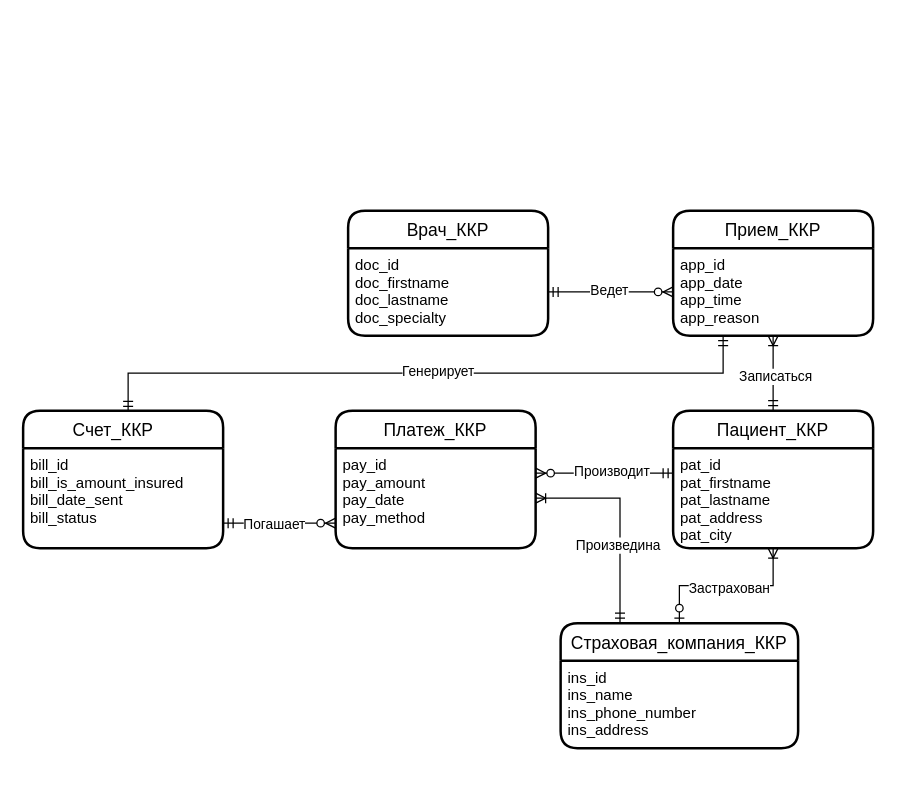
Earlier version of the draw.io diagram BD/lab1/bd.drawio (karim3487/Study6sem). Source tidied: cells renumbered, new cells numbered last; positions are measured from the earlier drawing's top-left corner, leaving out a move shared by most shapes. Both pictures are drawn from the tidied source at 125%, with x=0, y=0 at pixel (22, 210).
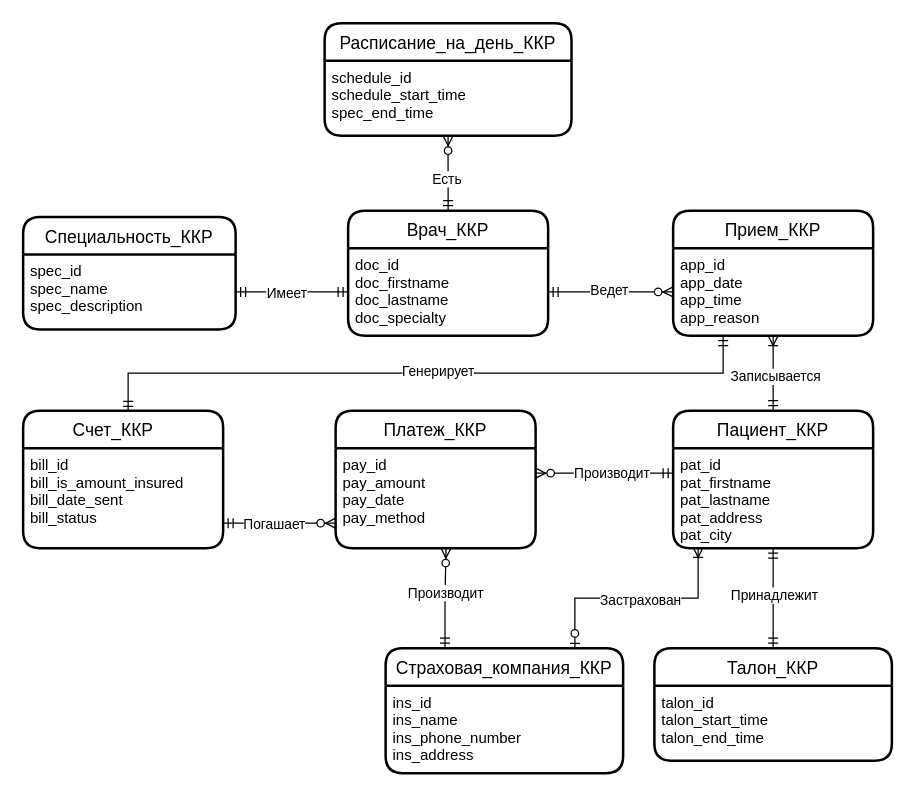
The same page after the edit.

Unchanged cells that the change refers to:
```xml
<mxCell id="2" value="Врач_ККР" style="swimlane;horizontal=1;startSize=30;rounded=1;fontSize=14;fontStyle=0;strokeWidth=2;shadow=0;dashed=0;align=center;" parent="1" vertex="1">
  <mxGeometry x="260" width="160" height="100" as="geometry" />
</mxCell>
<mxCell id="3" value="doc_id&#10;doc_firstname&#10;doc_lastname&#10;doc_specialty&#10;" style="align=left;strokeColor=none;fillColor=none;spacingLeft=4;fontSize=12;verticalAlign=top;" parent="2" vertex="1">
  <mxGeometry y="30" width="160" height="70" as="geometry" />
</mxCell>
<mxCell id="7" value="pay_id&#10;pay_amount&#10;pay_date&#10;pay_method" style="align=left;strokeColor=none;fillColor=none;spacingLeft=4;fontSize=12;verticalAlign=top;" parent="6" vertex="1">
  <mxGeometry y="30" width="160" height="80" as="geometry" />
</mxCell>
<mxCell id="8" value="Пациент_ККР" style="swimlane;horizontal=1;startSize=30;rounded=1;fontSize=14;fontStyle=0;strokeWidth=2;shadow=0;dashed=0;align=center;" parent="1" vertex="1">
  <mxGeometry x="520" y="160" width="160" height="110" as="geometry" />
</mxCell>
<mxCell id="9" value="pat_id&#10;pat_firstname&#10;pat_lastname&#10;pat_address&#10;pat_city" style="align=left;strokeColor=none;fillColor=none;spacingLeft=4;fontSize=12;verticalAlign=top;" parent="8" vertex="1">
  <mxGeometry y="30" width="160" height="80" as="geometry" />
</mxCell>
<mxCell id="14" style="fontSize=12;html=1;endArrow=ERoneToMany;startArrow=ERmandOne;rounded=0;exitX=0.5;exitY=0;exitDx=0;exitDy=0;entryX=0.5;entryY=1;entryDx=0;entryDy=0;edgeStyle=orthogonalEdgeStyle;" parent="1" edge="1" source="8" target="5">
  <mxGeometry relative="1" as="geometry" />
</mxCell>
```

What changed in the source:
```diff
@@
     <mxCell id="10" value="Страховая_компания_ККР" style="swimlane;horizontal=1;startSize=30;rounded=1;fontSize=14;fontStyle=0;strokeWidth=2;shadow=0;dashed=0;align=center;" parent="1" vertex="1">
-      <mxGeometry x="430" y="330" width="190" height="100" as="geometry" />
+      <mxGeometry x="290" y="350" width="190" height="100" as="geometry" />
     </mxCell>
@@
-    <mxCell id="15" value="Записаться" style="edgeLabel;html=1;align=center;verticalAlign=middle;" parent="14" vertex="1">
+    <mxCell id="15" value="Записывается" style="edgeLabel;html=1;align=center;verticalAlign=middle;" parent="14" vertex="1">
       <mxGeometry x="-0.07" y="-1" relative="1" as="geometry" />
     </mxCell>
-    <mxCell id="16" style="edgeStyle=orthogonalEdgeStyle;fontSize=12;html=1;endArrow=ERoneToMany;startArrow=ERzeroToOne;rounded=0;entryX=0.5;entryY=1;entryDx=0;entryDy=0;exitX=0.5;exitY=0;exitDx=0;exitDy=0;" parent="1" edge="1" source="10" target="8">
-      <mxGeometry relative="1" as="geometry" />
+    <mxCell id="16" style="edgeStyle=orthogonalEdgeStyle;fontSize=12;html=1;endArrow=ERoneToMany;startArrow=ERzeroToOne;rounded=0;entryX=0.125;entryY=0.992;entryDx=0;entryDy=0;exitX=0.797;exitY=0.002;exitDx=0;exitDy=0;exitPerimeter=0;entryPerimeter=0;" parent="1" edge="1" source="10" target="9">
+      <mxGeometry relative="1" as="geometry">
+        <Array as="points">
+          <mxPoint x="441" y="310" />
+          <mxPoint x="540" y="310" />
+        </Array>
+      </mxGeometry>
     </mxCell>
@@
-    <mxCell id="18" style="edgeStyle=orthogonalEdgeStyle;fontSize=12;html=1;endArrow=ERoneToMany;startArrow=ERmandOne;rounded=0;exitX=0.25;exitY=0;exitDx=0;exitDy=0;entryX=1;entryY=0.5;entryDx=0;entryDy=0;" parent="1" edge="1" source="10" target="7">
-      <mxGeometry relative="1" as="geometry" />
-    </mxCell>
-    <mxCell id="19" value="Произведина" style="edgeLabel;html=1;align=center;verticalAlign=middle;" parent="18" vertex="1">
-      <mxGeometry x="-0.25" y="2" relative="1" as="geometry" />
-    </mxCell>
@@
+    <mxCell id="18" style="fontSize=12;html=1;endArrow=ERzeroToMany;startArrow=ERmandOne;rounded=0;exitX=0.25;exitY=0;exitDx=0;exitDy=0;entryX=0.552;entryY=0.999;entryDx=0;entryDy=0;edgeStyle=orthogonalEdgeStyle;entryPerimeter=0;" parent="1" edge="1" source="10" target="7">
+      <mxGeometry relative="1" as="geometry">
+        <Array as="points">
+          <mxPoint x="338" y="310" />
+          <mxPoint x="338" y="310" />
+        </Array>
+      </mxGeometry>
+    </mxCell>
+    <mxCell id="28" value="Производит" style="edgeLabel;html=1;align=center;verticalAlign=middle;" parent="18" vertex="1">
+      <mxGeometry x="0.13" relative="1" as="geometry" />
+    </mxCell>
+    <mxCell id="29" value="Специальность_ККР" style="swimlane;horizontal=1;startSize=30;rounded=1;fontSize=14;fontStyle=0;strokeWidth=2;shadow=0;dashed=0;align=center;" parent="1" vertex="1">
+      <mxGeometry y="5" width="170" height="90" as="geometry" />
+    </mxCell>
+    <mxCell id="30" value="spec_id&#10;spec_name&#10;spec_description&#10;&#10;" style="align=left;strokeColor=none;fillColor=none;spacingLeft=4;fontSize=12;verticalAlign=top;" parent="29" vertex="1">
+      <mxGeometry y="30" width="170" height="60" as="geometry" />
+    </mxCell>
+    <mxCell id="31" style="edgeStyle=entityRelationEdgeStyle;fontSize=12;html=1;endArrow=ERmandOne;startArrow=ERmandOne;rounded=0;exitX=1;exitY=0.5;exitDx=0;exitDy=0;entryX=0;entryY=0.5;entryDx=0;entryDy=0;" parent="1" edge="1" source="30" target="3">
+      <mxGeometry relative="1" as="geometry" />
+    </mxCell>
+    <mxCell id="32" value="Имеет" style="edgeLabel;html=1;align=center;verticalAlign=middle;" parent="31" vertex="1">
+      <mxGeometry x="-0.11" relative="1" as="geometry" />
+    </mxCell>
+    <mxCell id="33" value="Расписание_на_день_ККР" style="swimlane;horizontal=1;startSize=30;rounded=1;fontSize=14;fontStyle=0;strokeWidth=2;shadow=0;dashed=0;align=center;" parent="1" vertex="1">
+      <mxGeometry x="241.2" y="-150" width="197.5" height="90" as="geometry" />
+    </mxCell>
+    <mxCell id="34" value="schedule_id&#10;schedule_start_time&#10;spec_end_time&#10;&#10;" style="align=left;strokeColor=none;fillColor=none;spacingLeft=4;fontSize=12;verticalAlign=top;" parent="33" vertex="1">
+      <mxGeometry y="30" width="197.5" height="60" as="geometry" />
+    </mxCell>
+    <mxCell id="35" style="fontSize=12;html=1;endArrow=ERzeroToMany;startArrow=ERmandOne;rounded=0;entryX=0.5;entryY=1;entryDx=0;entryDy=0;exitX=0.5;exitY=0;exitDx=0;exitDy=0;edgeStyle=orthogonalEdgeStyle;" parent="1" edge="1" source="2" target="34">
+      <mxGeometry relative="1" as="geometry" />
+    </mxCell>
+    <mxCell id="36" value="Есть" style="edgeLabel;html=1;align=center;verticalAlign=middle;" parent="35" vertex="1">
+      <mxGeometry x="-0.13" y="1" relative="1" as="geometry" />
+    </mxCell>
+    <mxCell id="37" value="Талон_ККР" style="swimlane;horizontal=1;startSize=30;rounded=1;fontSize=14;fontStyle=0;strokeWidth=2;shadow=0;dashed=0;align=center;" parent="1" vertex="1">
+      <mxGeometry x="505" y="350" width="190" height="90" as="geometry" />
+    </mxCell>
+    <mxCell id="38" value="talon_id&#10;talon_start_time&#10;talon_end_time&#10;" style="align=left;strokeColor=none;fillColor=none;spacingLeft=4;fontSize=12;verticalAlign=top;" parent="37" vertex="1">
+      <mxGeometry y="30" width="190" height="60" as="geometry" />
+    </mxCell>
+    <mxCell id="39" style="edgeStyle=orthogonalEdgeStyle;fontSize=12;html=1;endArrow=ERmandOne;startArrow=ERmandOne;rounded=0;entryX=0.5;entryY=1;entryDx=0;entryDy=0;exitX=0.5;exitY=0;exitDx=0;exitDy=0;" parent="1" edge="1" source="37" target="9">
+      <mxGeometry relative="1" as="geometry" />
+    </mxCell>
+    <mxCell id="40" value="Принадлежит" style="edgeLabel;html=1;align=center;verticalAlign=middle;" parent="39" vertex="1">
+      <mxGeometry x="0.07" relative="1" as="geometry" />
+    </mxCell>
```
